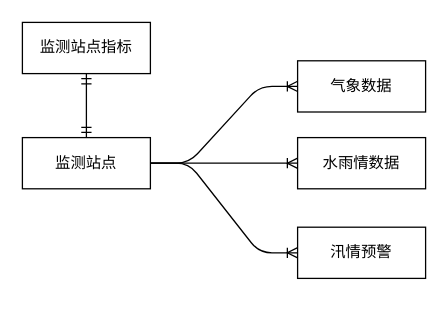
The draw.io diagram file/waterreser.drawio in DORcode/admin-demo, before the edit. Source tidied: cells renumbered, new cells numbered last; positions are measured from the earlier drawing's top-left corner, leaving out a move shared by most shapes. Both pictures are drawn from the tidied source at 128%, with x=0, y=0 at pixel (22, 22).
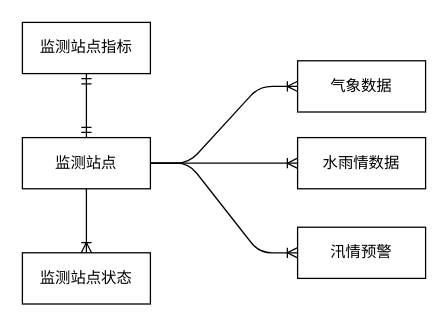
Above is the later version.

The edit, as a diff of the source:
```diff
@@
 <mxGraphModel>
   <root>
     <mxCell id="0" />
     <mxCell id="1" parent="0" />
     <mxCell id="2" value="监测站点" style="whiteSpace=wrap;html=1;align=center;" parent="1" vertex="1">
       <mxGeometry y="90" width="100" height="40" as="geometry" />
     </mxCell>
     <mxCell id="3" value="气象数据" style="whiteSpace=wrap;html=1;align=center;" parent="1" vertex="1">
       <mxGeometry x="215" y="30" width="100" height="40" as="geometry" />
     </mxCell>
     <mxCell id="4" value="水雨情数据" style="whiteSpace=wrap;html=1;align=center;" parent="1" vertex="1">
       <mxGeometry x="215" y="90" width="100" height="40" as="geometry" />
     </mxCell>
     <mxCell id="5" value="监测站点指标" style="whiteSpace=wrap;html=1;align=center;" parent="1" vertex="1">
       <mxGeometry width="100" height="40" as="geometry" />
     </mxCell>
     <mxCell id="6" style="fontSize=12;html=1;endArrow=ERmandOne;startArrow=ERmandOne;entryX=0.5;entryY=0;entryDx=0;entryDy=0;exitX=0.5;exitY=1;exitDx=0;exitDy=0;" parent="1" edge="1" source="5" target="2">
       <mxGeometry relative="1" as="geometry" />
     </mxCell>
     <mxCell id="7" style="edgeStyle=entityRelationEdgeStyle;fontSize=12;html=1;endArrow=ERoneToMany;entryX=0;entryY=0.5;entryDx=0;entryDy=0;" parent="1" edge="1" source="2" target="3">
       <mxGeometry relative="1" as="geometry" />
     </mxCell>
     <mxCell id="8" style="edgeStyle=entityRelationEdgeStyle;fontSize=12;html=1;endArrow=ERoneToMany;exitX=1;exitY=0.5;exitDx=0;exitDy=0;entryX=0;entryY=0.5;entryDx=0;entryDy=0;" parent="1" edge="1" source="2" target="4">
       <mxGeometry relative="1" as="geometry" />
     </mxCell>
     <mxCell id="9" value="汛情预警" style="whiteSpace=wrap;html=1;align=center;" parent="1" vertex="1">
       <mxGeometry x="215" y="160" width="100" height="40" as="geometry" />
     </mxCell>
     <mxCell id="10" style="edgeStyle=entityRelationEdgeStyle;fontSize=12;html=1;endArrow=ERoneToMany;exitX=1;exitY=0.5;exitDx=0;exitDy=0;" parent="1" edge="1" source="2" target="9">
       <mxGeometry relative="1" as="geometry" />
     </mxCell>
+    <mxCell id="11" value="监测站点状态" style="whiteSpace=wrap;html=1;align=center;" parent="1" vertex="1">
+      <mxGeometry y="180" width="100" height="40" as="geometry" />
+    </mxCell>
+    <mxCell id="12" style="edgeStyle=orthogonalEdgeStyle;fontSize=12;html=1;endArrow=ERoneToMany;exitX=0.5;exitY=1;exitDx=0;exitDy=0;entryX=0.5;entryY=0;entryDx=0;entryDy=0;" parent="1" edge="1" source="2" target="11">
+      <mxGeometry relative="1" as="geometry" />
+    </mxCell>
   </root>
 </mxGraphModel>
```
